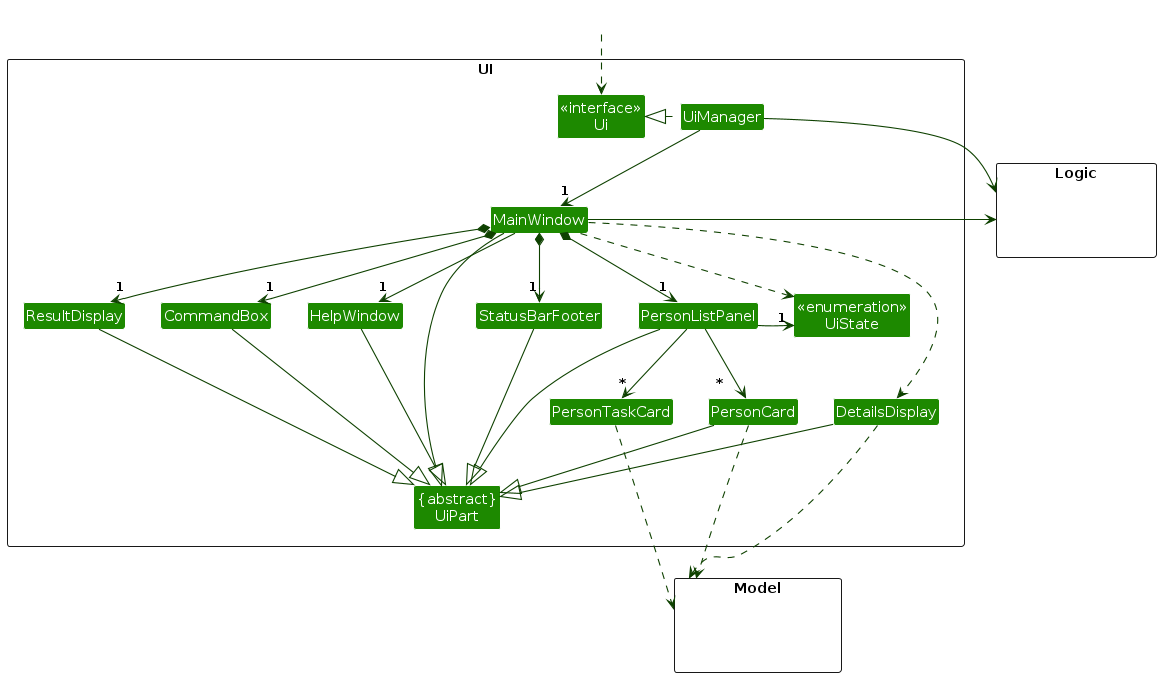
Before: diagrams/UiClassDiagram.png, a diagram exported from PlantUML (AY2425S1-CS2103T-W08-3/tp). Its source is kept beside it as diagrams/UiClassDiagram.puml. Source of this version:
```plantuml
@startuml
!include style.puml
skinparam arrowThickness 1.1
skinparam arrowColor UI_COLOR_T4
skinparam classBackgroundColor UI_COLOR

package UI <<Rectangle>>{
Class "<<interface>>\nUi" as Ui
Class "{abstract}\nUiPart" as UiPart
Class "<<enumeration>>\nUiState" as UiState
Class UiManager
Class MainWindow
Class HelpWindow
Class ResultDisplay
Class PersonListPanel
Class PersonCard
Class PersonTaskCard
Class DetailsDisplay
Class StatusBarFooter
Class CommandBox
}

package Model <<Rectangle>> {
Class HiddenModel #FFFFFF
}

package Logic <<Rectangle>> {
Class HiddenLogic #FFFFFF
}

Class HiddenOutside #FFFFFF
HiddenOutside ..> Ui

UiManager .left.|> Ui
UiManager -down-> "1" MainWindow
MainWindow *-down->  "1" CommandBox
MainWindow *-down-> "1" ResultDisplay
MainWindow *-down-> "1" PersonListPanel
MainWindow *-down-> "1" StatusBarFooter
MainWindow --> "1" HelpWindow

PersonListPanel -down-> "                    *" PersonCard
PersonListPanel -down-> "*" PersonTaskCard
PersonListPanel -left-> "1" UiState

MainWindow --|> UiPart

ResultDisplay --|> UiPart
CommandBox --|> UiPart
PersonListPanel --|> UiPart
PersonCard --|> UiPart
StatusBarFooter --|> UiPart
HelpWindow --|> UiPart
DetailsDisplay --|> UiPart


MainWindow .down.> DetailsDisplay
MainWindow .down.> UiState
PersonCard ..> Model
DetailsDisplay ..> Model
PersonTaskCard .right.> Model
UiManager -right-> Logic
MainWindow -left-> Logic

PersonListPanel -[hidden]left- UiState
UiState -[hidden]left- HelpWindow
HelpWindow -[hidden]left- CommandBox
CommandBox -[hidden]left- ResultDisplay
ResultDisplay -[hidden]left- StatusBarFooter
UiState -[hidden]down- PersonCard
UiPart -[hidden]down- Model


MainWindow -[hidden]-|> UiPart
@enduml
```
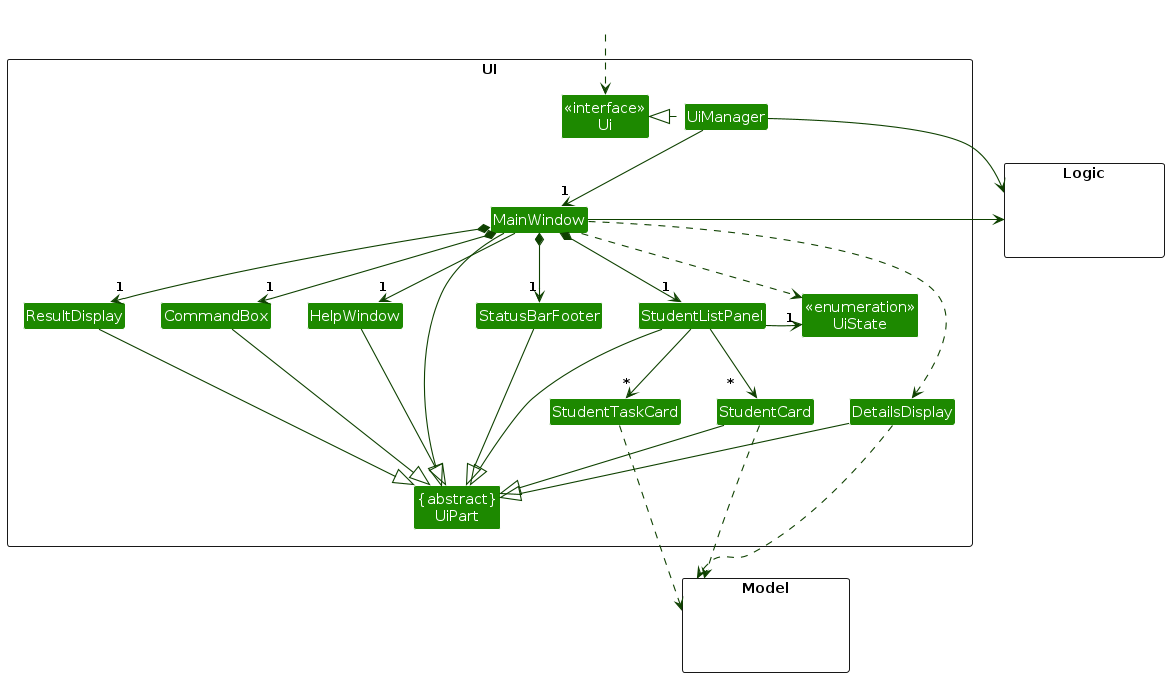
After the commit.

The edit, as a diff of the source:
```diff
@@ -12,9 +12,9 @@
 Class MainWindow
 Class HelpWindow
 Class ResultDisplay
-Class PersonListPanel
-Class PersonCard
-Class PersonTaskCard
+Class StudentListPanel
+Class StudentCard
+Class StudentTaskCard
 Class DetailsDisplay
 Class StatusBarFooter
 Class CommandBox
@@ -35,20 +35,20 @@
 UiManager -down-> "1" MainWindow
 MainWindow *-down->  "1" CommandBox
 MainWindow *-down-> "1" ResultDisplay
-MainWindow *-down-> "1" PersonListPanel
+MainWindow *-down-> "1" StudentListPanel
 MainWindow *-down-> "1" StatusBarFooter
 MainWindow --> "1" HelpWindow
 
-PersonListPanel -down-> "                    *" PersonCard
-PersonListPanel -down-> "*" PersonTaskCard
-PersonListPanel -left-> "1" UiState
+StudentListPanel -down-> "                    *" StudentCard
+StudentListPanel -down-> "*" StudentTaskCard
+StudentListPanel -left-> "1" UiState
 
 MainWindow --|> UiPart
 
 ResultDisplay --|> UiPart
 CommandBox --|> UiPart
-PersonListPanel --|> UiPart
-PersonCard --|> UiPart
+StudentListPanel --|> UiPart
+StudentCard --|> UiPart
 StatusBarFooter --|> UiPart
 HelpWindow --|> UiPart
 DetailsDisplay --|> UiPart
@@ -56,18 +56,18 @@
 
 MainWindow .down.> DetailsDisplay
 MainWindow .down.> UiState
-PersonCard ..> Model
+StudentCard ..> Model
 DetailsDisplay ..> Model
-PersonTaskCard .right.> Model
+StudentTaskCard .right.> Model
 UiManager -right-> Logic
 MainWindow -left-> Logic
 
-PersonListPanel -[hidden]left- UiState
+StudentListPanel -[hidden]left- UiState
 UiState -[hidden]left- HelpWindow
 HelpWindow -[hidden]left- CommandBox
 CommandBox -[hidden]left- ResultDisplay
 ResultDisplay -[hidden]left- StatusBarFooter
-UiState -[hidden]down- PersonCard
+UiState -[hidden]down- StudentCard
 UiPart -[hidden]down- Model
 
 
```
